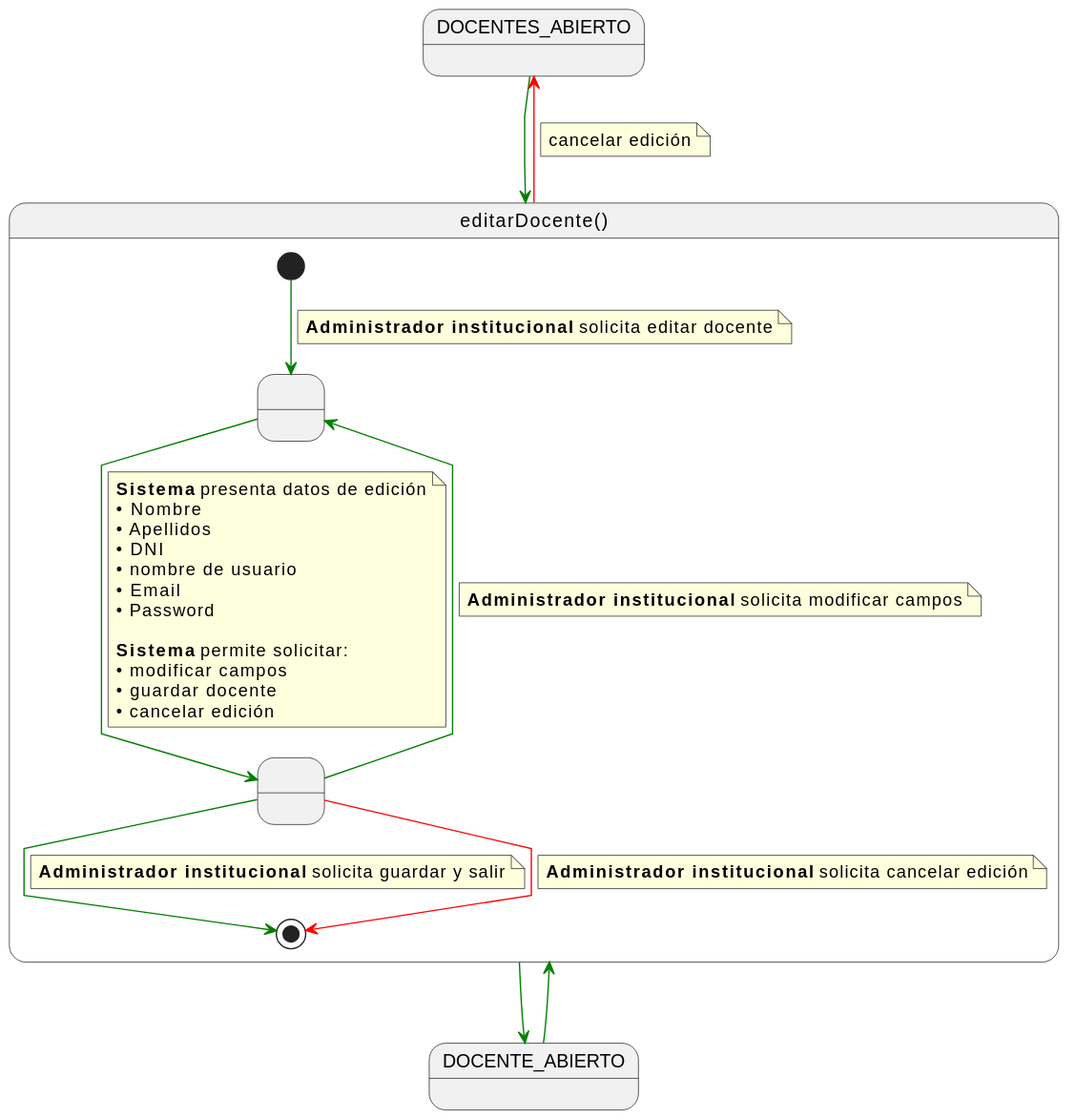
This is documents/casos-de-uso/detalladoCasosDeUso/editarDocente/editarDocente.svg from martinlopez7/25-26-IdSw1-SdR, a PlantUML export, as it was before one commit.
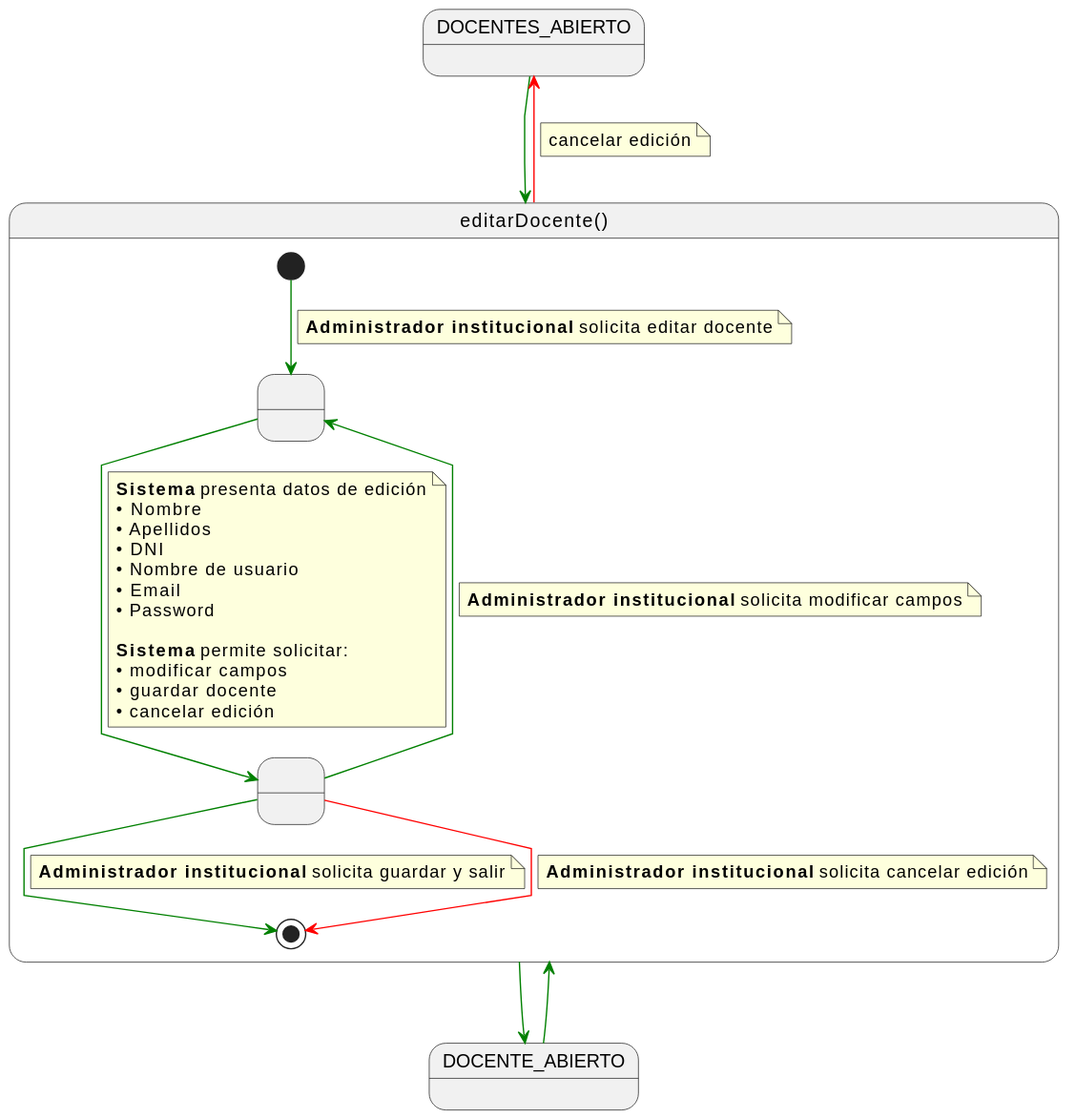
After the commit.

The edit, as a diff of the source:
```diff
@@ -23,7 +23,7 @@
     • Nombre
     • Apellidos
     • DNI
-    • nombre de usuario
+    • Nombre de usuario
     • Email
     • Password
 
```
